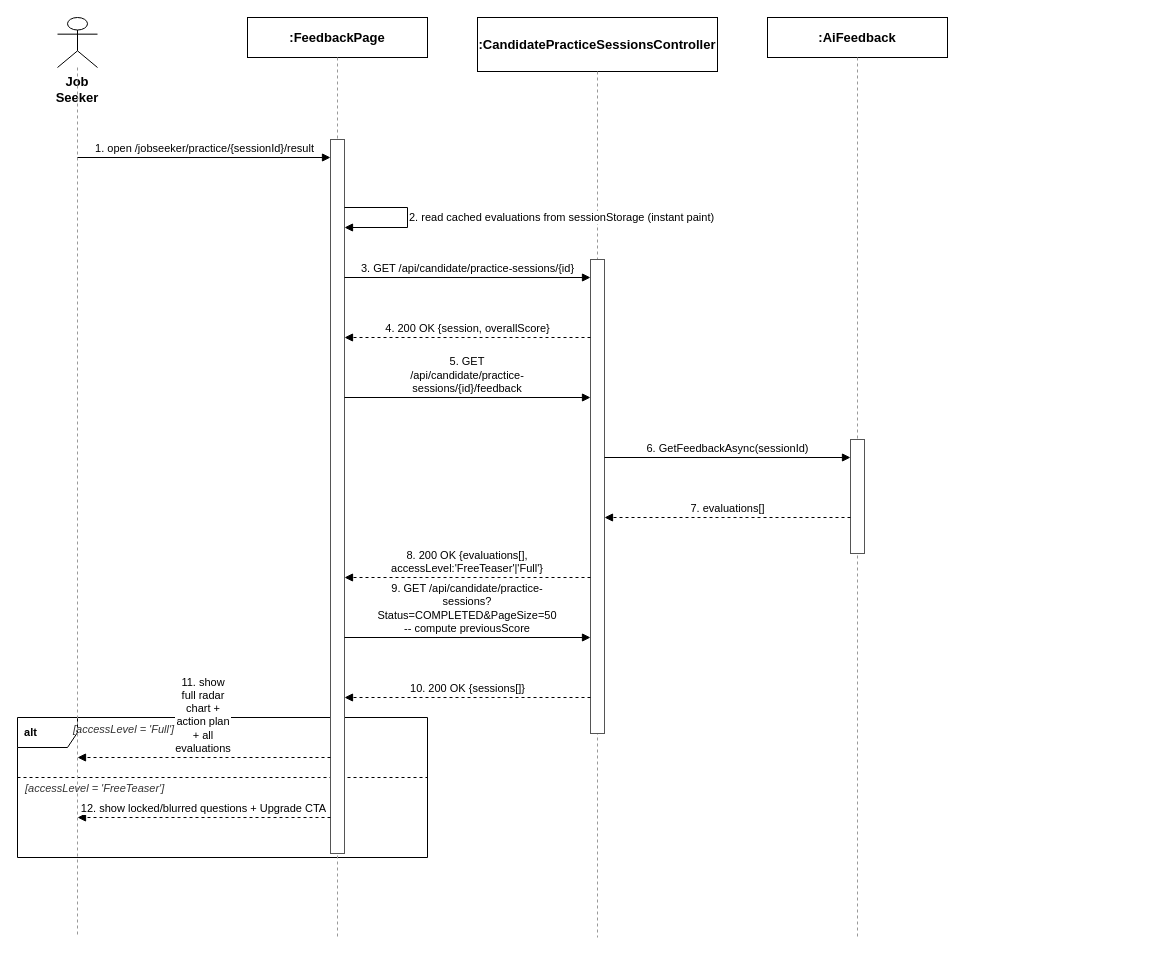
The draw.io diagram docs/qa/Tu_SequenceDiagram/10_View_AI_Feedback_Result.drawio in tulklk/AI_Interview_Question_Generation_RAG_LLM_FE, before the edit. Source tidied: cells renumbered, new cells numbered last; positions are measured from the earlier drawing's top-left corner, leaving out a move shared by most shapes. Both pictures are drawn from the tidied source at 100%, with x=0, y=0 at pixel (17, 17).
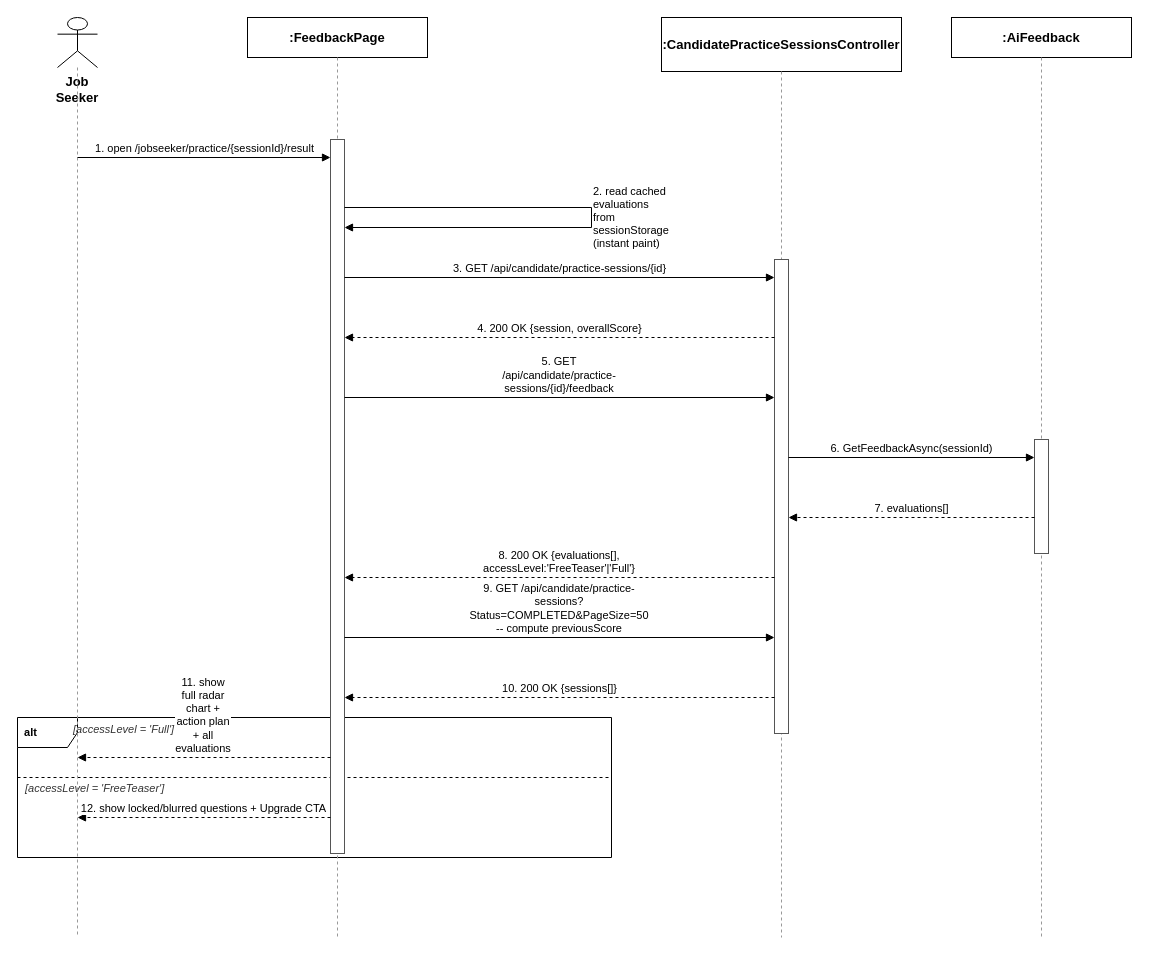
The same page after the edit.

Diff of the diagram source:
```diff
@@
     <mxCell id="2" value="&lt;b&gt;&amp;nbsp;alt&amp;nbsp;&lt;/b&gt;" style="shape=umlFrame;whiteSpace=wrap;html=1;align=left;verticalAlign=top;fontSize=11;spacingLeft=2;spacingTop=2;strokeColor=#000000;fillColor=none;" parent="1" vertex="1">
-      <mxGeometry y="700" width="410" height="140" as="geometry" />
+      <mxGeometry y="700" width="594" height="140" as="geometry" />
     </mxCell>
     <mxCell id="3" value="[accessLevel = 'Full']" style="text;html=1;align=left;verticalAlign=middle;fontSize=11;fontColor=#333333;fontStyle=2;" parent="1" vertex="1">
-      <mxGeometry x="54" y="702" width="350" height="20" as="geometry" />
+      <mxGeometry x="54" y="702" width="534" height="20" as="geometry" />
     </mxCell>
     <mxCell id="4" style="endArrow=none;dashed=1;html=1;strokeColor=#000000;" parent="1" edge="1">
       <mxGeometry relative="1" as="geometry">
         <mxPoint y="760" as="sourcePoint" />
-        <mxPoint x="410" y="760" as="targetPoint" />
+        <mxPoint x="594" y="760" as="targetPoint" />
       </mxGeometry>
     </mxCell>
     <mxCell id="5" value="[accessLevel = 'FreeTeaser']" style="text;html=1;align=left;verticalAlign=middle;fontSize=11;fontColor=#333333;fontStyle=2;" parent="1" vertex="1">
-      <mxGeometry x="6" y="762" width="398" height="18" as="geometry" />
+      <mxGeometry x="6" y="762" width="582" height="18" as="geometry" />
     </mxCell>
@@
     <mxCell id="10" value=":CandidatePracticeSessionsController" style="rounded=0;whiteSpace=wrap;html=1;fontSize=13;fillColor=#ffffff;strokeColor=#000000;fontStyle=1;" parent="1" vertex="1">
-      <mxGeometry x="460" width="240" height="54" as="geometry" />
+      <mxGeometry x="644" width="240" height="54" as="geometry" />
     </mxCell>
     <mxCell id="11" style="endArrow=none;dashed=1;html=1;strokeColor=#999999;" parent="1" edge="1">
       <mxGeometry relative="1" as="geometry">
-        <mxPoint x="580" y="54" as="sourcePoint" />
-        <mxPoint x="580" y="920" as="targetPoint" />
+        <mxPoint x="764" y="54" as="sourcePoint" />
+        <mxPoint x="764" y="920" as="targetPoint" />
       </mxGeometry>
     </mxCell>
     <mxCell id="12" value=":AiFeedback" style="rounded=0;whiteSpace=wrap;html=1;fontSize=13;fillColor=#ffffff;strokeColor=#000000;fontStyle=1;" parent="1" vertex="1">
-      <mxGeometry x="750" width="180" height="40" as="geometry" />
+      <mxGeometry x="934" width="180" height="40" as="geometry" />
     </mxCell>
     <mxCell id="13" style="endArrow=none;dashed=1;html=1;strokeColor=#999999;" parent="1" edge="1">
       <mxGeometry relative="1" as="geometry">
-        <mxPoint x="840" y="40" as="sourcePoint" />
-        <mxPoint x="840" y="920" as="targetPoint" />
+        <mxPoint x="1024" y="40" as="sourcePoint" />
+        <mxPoint x="1024" y="920" as="targetPoint" />
       </mxGeometry>
     </mxCell>
@@
     <mxCell id="15" style="rounded=0;whiteSpace=wrap;html=1;fillColor=#ffffff;strokeColor=#555555;" parent="1" vertex="1">
-      <mxGeometry x="573" y="242" width="14" height="474" as="geometry" />
+      <mxGeometry x="757" y="242" width="14" height="474" as="geometry" />
     </mxCell>
     <mxCell id="16" style="rounded=0;whiteSpace=wrap;html=1;fillColor=#ffffff;strokeColor=#555555;" parent="1" vertex="1">
-      <mxGeometry x="833" y="422" width="14" height="114" as="geometry" />
+      <mxGeometry x="1017" y="422" width="14" height="114" as="geometry" />
     </mxCell>
@@
-    <mxCell id="18" value="2. read cached evaluations from sessionStorage (instant paint)" style="endArrow=block;endFill=1;html=1;fontSize=11;align=left;verticalAlign=middle;labelBackgroundColor=#ffffff;rounded=0;strokeColor=#000000;" parent="1" edge="1">
+    <mxCell id="18" value="2. read cached evaluations from sessionStorage (instant paint)" style="endArrow=block;endFill=1;html=1;whiteSpace=wrap;fontSize=11;align=left;verticalAlign=middle;labelBackgroundColor=#ffffff;rounded=0;strokeColor=#000000;" parent="1" edge="1">
       <mxGeometry relative="1" as="geometry">
         <mxPoint x="327" y="190" as="sourcePoint" />
         <mxPoint x="327" y="210" as="targetPoint" />
         <Array as="points">
-          <mxPoint x="390" y="190" />
-          <mxPoint x="390" y="210" />
+          <mxPoint x="574" y="190" />
+          <mxPoint x="574" y="210" />
         </Array>
       </mxGeometry>
     </mxCell>
     <mxCell id="19" value="3. GET /api/candidate/practice-sessions/{id}" style="endArrow=block;endFill=1;html=1;fontSize=11;align=center;verticalAlign=bottom;labelBackgroundColor=#ffffff;strokeColor=#000000;" parent="1" edge="1">
       <mxGeometry relative="1" as="geometry">
         <mxPoint x="327" y="260" as="sourcePoint" />
-        <mxPoint x="573" y="260" as="targetPoint" />
+        <mxPoint x="757" y="260" as="targetPoint" />
       </mxGeometry>
     </mxCell>
     <mxCell id="20" value="4. 200 OK {session, overallScore}" style="endArrow=block;endFill=1;html=1;dashed=1;fontSize=11;align=center;verticalAlign=bottom;labelBackgroundColor=#ffffff;strokeColor=#000000;" parent="1" edge="1">
       <mxGeometry relative="1" as="geometry">
-        <mxPoint x="573" y="320" as="sourcePoint" />
+        <mxPoint x="757" y="320" as="sourcePoint" />
         <mxPoint x="327" y="320" as="targetPoint" />
       </mxGeometry>
     </mxCell>
     <mxCell id="21" value="5. GET /api/candidate/practice-sessions/{id}/feedback" style="endArrow=block;endFill=1;html=1;whiteSpace=wrap;fontSize=11;align=center;verticalAlign=bottom;labelBackgroundColor=#ffffff;strokeColor=#000000;" parent="1" edge="1">
       <mxGeometry relative="1" as="geometry">
         <mxPoint x="327" y="380" as="sourcePoint" />
-        <mxPoint x="573" y="380" as="targetPoint" />
+        <mxPoint x="757" y="380" as="targetPoint" />
       </mxGeometry>
     </mxCell>
     <mxCell id="22" value="6. GetFeedbackAsync(sessionId)" style="endArrow=block;endFill=1;html=1;fontSize=11;align=center;verticalAlign=bottom;labelBackgroundColor=#ffffff;strokeColor=#000000;" parent="1" edge="1">
       <mxGeometry relative="1" as="geometry">
-        <mxPoint x="587" y="440" as="sourcePoint" />
-        <mxPoint x="833" y="440" as="targetPoint" />
+        <mxPoint x="771" y="440" as="sourcePoint" />
+        <mxPoint x="1017" y="440" as="targetPoint" />
       </mxGeometry>
     </mxCell>
     <mxCell id="23" value="7. evaluations[]" style="endArrow=block;endFill=1;html=1;dashed=1;fontSize=11;align=center;verticalAlign=bottom;labelBackgroundColor=#ffffff;strokeColor=#000000;" parent="1" edge="1">
       <mxGeometry relative="1" as="geometry">
-        <mxPoint x="833" y="500" as="sourcePoint" />
-        <mxPoint x="587" y="500" as="targetPoint" />
+        <mxPoint x="1017" y="500" as="sourcePoint" />
+        <mxPoint x="771" y="500" as="targetPoint" />
       </mxGeometry>
     </mxCell>
     <mxCell id="24" value="8. 200 OK {evaluations[], accessLevel:'FreeTeaser'|'Full'}" style="endArrow=block;endFill=1;html=1;whiteSpace=wrap;dashed=1;fontSize=11;align=center;verticalAlign=bottom;labelBackgroundColor=#ffffff;strokeColor=#000000;" parent="1" edge="1">
       <mxGeometry relative="1" as="geometry">
-        <mxPoint x="573" y="560" as="sourcePoint" />
+        <mxPoint x="757" y="560" as="sourcePoint" />
         <mxPoint x="327" y="560" as="targetPoint" />
       </mxGeometry>
     </mxCell>
     <mxCell id="25" value="9. GET /api/candidate/practice-sessions?Status=COMPLETED&amp;PageSize=50  -- compute previousScore" style="endArrow=block;endFill=1;html=1;whiteSpace=wrap;fontSize=11;align=center;verticalAlign=bottom;labelBackgroundColor=#ffffff;strokeColor=#000000;" parent="1" edge="1">
       <mxGeometry relative="1" as="geometry">
         <mxPoint x="327" y="620" as="sourcePoint" />
-        <mxPoint x="573" y="620" as="targetPoint" />
+        <mxPoint x="757" y="620" as="targetPoint" />
       </mxGeometry>
     </mxCell>
     <mxCell id="26" value="10. 200 OK {sessions[]}" style="endArrow=block;endFill=1;html=1;dashed=1;fontSize=11;align=center;verticalAlign=bottom;labelBackgroundColor=#ffffff;strokeColor=#000000;" parent="1" edge="1">
       <mxGeometry relative="1" as="geometry">
-        <mxPoint x="573" y="680" as="sourcePoint" />
+        <mxPoint x="757" y="680" as="sourcePoint" />
         <mxPoint x="327" y="680" as="targetPoint" />
       </mxGeometry>
     </mxCell>
```
